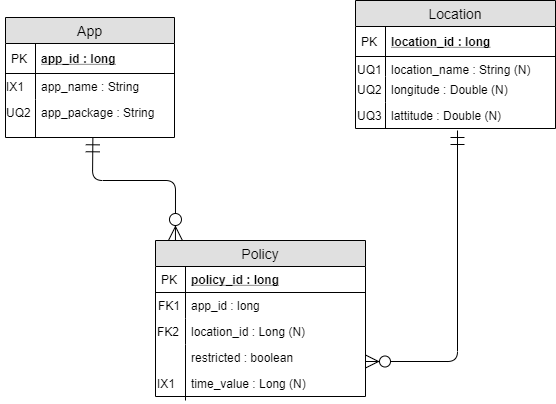
The draw.io diagram docs/erd.png in TraceDecker/the-watcher, before a commit. Source tidied: cells renumbered, new cells last; positions are measured from the earlier drawing's top-left corner, leaving out a move shared by most shapes.
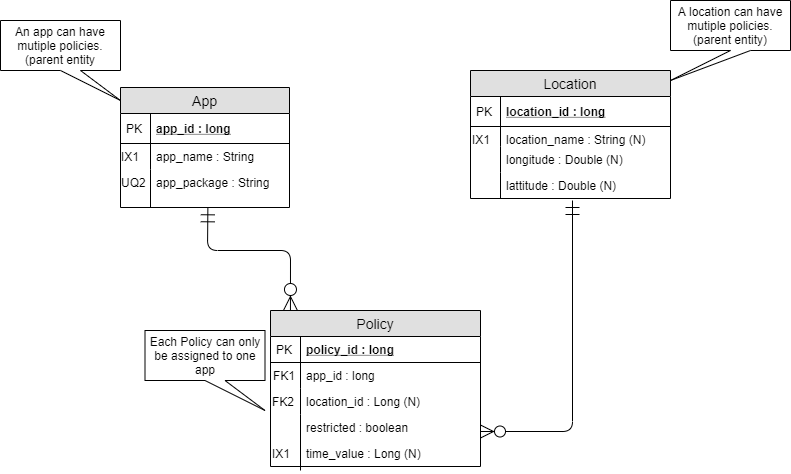
After the commit.

The edit, as a diff of the source:
```diff
@@ -35,19 +35,19 @@
     <mxCell id="12" value="location_name : String (N)" style="shape=partialRectangle;top=0;left=0;right=0;bottom=0;align=left;verticalAlign=top;fillColor=none;spacingLeft=34;spacingRight=4;overflow=hidden;fontSize=12;" parent="9" vertex="1">
       <mxGeometry y="56" width="200" height="20" as="geometry" />
     </mxCell>
-    <mxCell id="13" value="UQ1" style="shape=partialRectangle;top=0;left=0;bottom=0;fillColor=none;align=left;verticalAlign=top;spacingLeft=4;spacingRight=4;overflow=hidden;fontSize=12;" parent="12" vertex="1">
+    <mxCell id="13" value="IX1" style="shape=partialRectangle;top=0;left=0;bottom=0;fillColor=none;align=left;verticalAlign=top;spacingLeft=4;spacingRight=4;overflow=hidden;fontSize=12;" parent="12" vertex="1">
       <mxGeometry x="-4" width="34" height="20" as="geometry" />
     </mxCell>
     <mxCell id="14" value="longitude : Double (N)" style="shape=partialRectangle;top=0;left=0;right=0;bottom=0;align=left;verticalAlign=top;fillColor=none;spacingLeft=34;spacingRight=4;overflow=hidden;fontSize=12;" parent="9" vertex="1">
       <mxGeometry y="76" width="200" height="26" as="geometry" />
     </mxCell>
-    <mxCell id="15" value="UQ2" style="shape=partialRectangle;top=0;left=0;bottom=0;fillColor=none;align=left;verticalAlign=top;spacingLeft=4;spacingRight=4;overflow=hidden;fontSize=12;" parent="14" vertex="1">
+    <mxCell id="15" style="shape=partialRectangle;top=0;left=0;bottom=0;fillColor=none;align=left;verticalAlign=top;spacingLeft=4;spacingRight=4;overflow=hidden;fontSize=12;" parent="14" vertex="1">
       <mxGeometry x="-4" width="34" height="26" as="geometry" />
     </mxCell>
     <mxCell id="16" value="lattitude : Double (N)" style="shape=partialRectangle;top=0;left=0;right=0;bottom=0;align=left;verticalAlign=top;fillColor=none;spacingLeft=34;spacingRight=4;overflow=hidden;fontSize=12;" parent="9" vertex="1">
       <mxGeometry y="102" width="200" height="26" as="geometry" />
     </mxCell>
-    <mxCell id="17" value="UQ3" style="shape=partialRectangle;top=0;left=0;bottom=0;fillColor=none;align=left;verticalAlign=top;spacingLeft=4;spacingRight=4;overflow=hidden;fontSize=12;" parent="16" vertex="1">
+    <mxCell id="17" style="shape=partialRectangle;top=0;left=0;bottom=0;fillColor=none;align=left;verticalAlign=top;spacingLeft=4;spacingRight=4;overflow=hidden;fontSize=12;" parent="16" vertex="1">
       <mxGeometry x="-4" width="34" height="26" as="geometry" />
     </mxCell>
     <mxCell id="18" value="Policy" style="swimlane;fontStyle=0;horizontal=1;startSize=26;fillColor=#e0e0e0;swimlaneFillColor=#ffffff;align=center;fontSize=14;" parent="1" vertex="1">
@@ -106,5 +106,14 @@
     <mxCell id="32" value="IX1" style="shape=partialRectangle;top=0;left=0;bottom=0;fillColor=none;align=left;verticalAlign=top;spacingLeft=4;spacingRight=4;overflow=hidden;fontSize=12;" parent="31" vertex="1">
       <mxGeometry x="-4" width="34" height="30" as="geometry" />
     </mxCell>
+    <mxCell id="33" value="An app can have mutiple policies.(parent entity" style="shape=callout;whiteSpace=wrap;html=1;perimeter=calloutPerimeter;position2=1;" parent="1" vertex="1">
+      <mxGeometry x="-115" y="-50" width="120" height="80" as="geometry" />
+    </mxCell>
+    <mxCell id="34" value="Each Policy can only be assigned to one app" style="shape=callout;whiteSpace=wrap;html=1;perimeter=calloutPerimeter;position2=1;" parent="1" vertex="1">
+      <mxGeometry x="29.5" y="260" width="120" height="80" as="geometry" />
+    </mxCell>
+    <mxCell id="35" value="A location can have mutiple policies.(parent entity)" style="shape=callout;whiteSpace=wrap;html=1;perimeter=calloutPerimeter;position2=0;" parent="1" vertex="1">
+      <mxGeometry x="555" y="-70" width="120" height="80" as="geometry" />
+    </mxCell>
   </root>
 </mxGraphModel>
```
